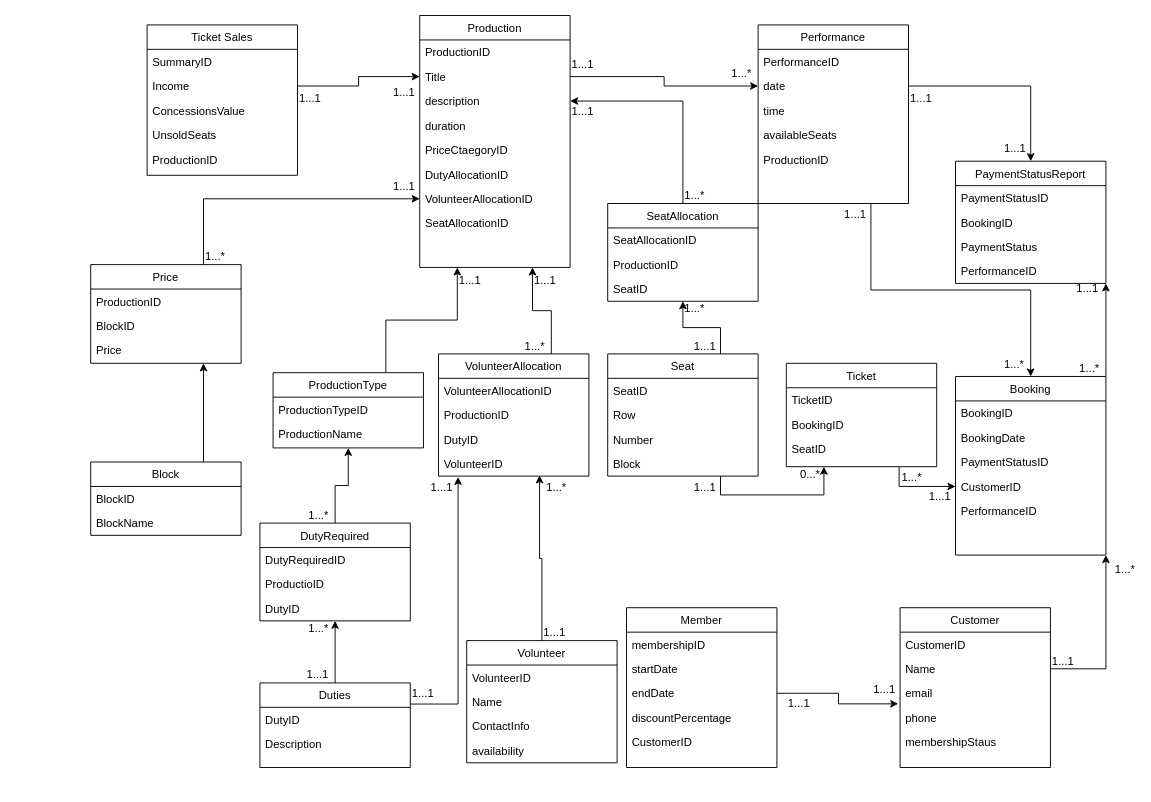
iamheetp/ecomstore keeps this draw.io diagram as Untitled Diagram.drawio. Above is the earlier version. Source tidied: cells renumbered, new cells numbered last; positions are measured from the earlier drawing's top-left corner, leaving out a move shared by most shapes. Both pictures are drawn from the tidied source at 94%, with x=0, y=0 at pixel (90, 15).
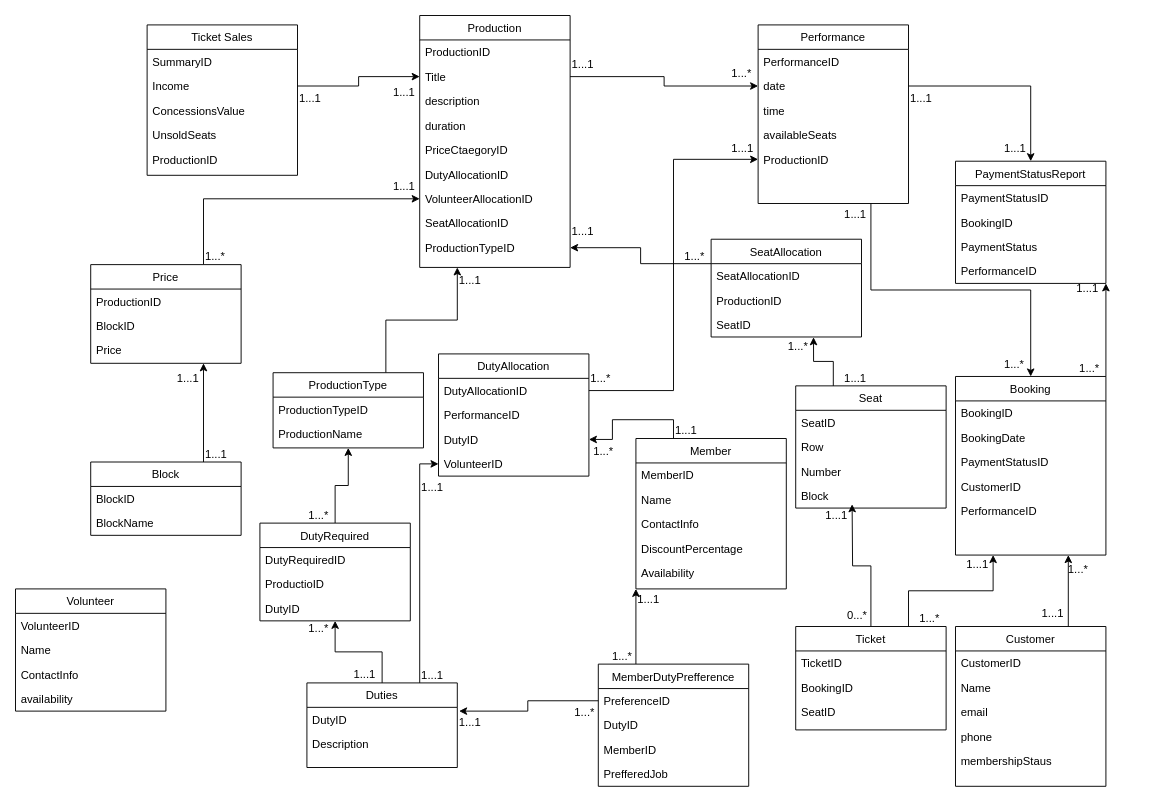
The same diagram, later.

Unchanged cells that the change refers to:
```xml
<mxCell id="15" value="Booking" style="swimlane;fontStyle=0;align=center;verticalAlign=top;horizontal=1;startSize=26;rounded=0;shadow=0;strokeWidth=1;" parent="1" vertex="1">
  <mxGeometry x="920" y="384" width="160" height="190" as="geometry" />
</mxCell>
<mxCell id="19" value="CustomerID" style="text;align=left;verticalAlign=top;spacingLeft=4;spacingRight=4;overflow=hidden;points=[[0,0.5],[1,0.5]];portConstraint=eastwest;" parent="15" vertex="1">
  <mxGeometry y="104" width="160" height="26" as="geometry" />
</mxCell>
<mxCell id="21" value="Production" style="swimlane;fontStyle=0;align=center;verticalAlign=top;horizontal=1;startSize=26;rounded=0;shadow=0;strokeWidth=1;" parent="1" vertex="1">
  <mxGeometry x="350" width="160" height="268" as="geometry" />
</mxCell>
<mxCell id="24" value="description" style="text;align=left;verticalAlign=top;spacingLeft=4;spacingRight=4;overflow=hidden;points=[[0,0.5],[1,0.5]];portConstraint=eastwest;rounded=0;shadow=0;html=0;" parent="21" vertex="1">
  <mxGeometry y="78" width="160" height="26" as="geometry" />
</mxCell>
<mxCell id="36" value="ProductionID" style="text;align=left;verticalAlign=top;spacingLeft=4;spacingRight=4;overflow=hidden;points=[[0,0.5],[1,0.5]];portConstraint=eastwest;rounded=0;shadow=0;html=0;" parent="31" vertex="1">
  <mxGeometry y="130" width="160" height="26" as="geometry" />
</mxCell>
<mxCell id="44" value="DutyID" style="text;align=left;verticalAlign=top;spacingLeft=4;spacingRight=4;overflow=hidden;points=[[0,0.5],[1,0.5]];portConstraint=eastwest;" parent="43" vertex="1">
  <mxGeometry y="26" width="160" height="26" as="geometry" />
</mxCell>
<mxCell id="58" value="DutyID" style="text;align=left;verticalAlign=top;spacingLeft=4;spacingRight=4;overflow=hidden;points=[[0,0.5],[1,0.5]];portConstraint=eastwest;rounded=0;shadow=0;html=0;" parent="55" vertex="1">
  <mxGeometry y="78" width="160" height="26" as="geometry" />
</mxCell>
<mxCell id="59" value="VolunteerID" style="text;align=left;verticalAlign=top;spacingLeft=4;spacingRight=4;overflow=hidden;points=[[0,0.5],[1,0.5]];portConstraint=eastwest;rounded=0;shadow=0;html=0;" parent="55" vertex="1">
  <mxGeometry y="104" width="160" height="26" as="geometry" />
</mxCell>
<mxCell id="73" value="Name" style="text;align=left;verticalAlign=top;spacingLeft=4;spacingRight=4;overflow=hidden;points=[[0,0.5],[1,0.5]];portConstraint=eastwest;rounded=0;shadow=0;html=0;" parent="71" vertex="1">
  <mxGeometry y="52" width="160" height="26" as="geometry" />
</mxCell>
<mxCell id="74" value="email" style="text;align=left;verticalAlign=top;spacingLeft=4;spacingRight=4;overflow=hidden;points=[[0,0.5],[1,0.5]];portConstraint=eastwest;rounded=0;shadow=0;html=0;" parent="71" vertex="1">
  <mxGeometry y="78" width="160" height="26" as="geometry" />
</mxCell>
<mxCell id="94" value="SeatID" style="text;align=left;verticalAlign=top;spacingLeft=4;spacingRight=4;overflow=hidden;points=[[0,0.5],[1,0.5]];portConstraint=eastwest;" parent="91" vertex="1">
  <mxGeometry y="78" width="160" height="26" as="geometry" />
</mxCell>
```

The edit, as a diff of the source:
```diff
@@
-    <mxCell id="2" style="edgeStyle=orthogonalEdgeStyle;rounded=0;jettySize=auto;html=1;exitX=0.75;exitY=0;exitDx=0;exitDy=0;entryX=0.5;entryY=1;entryDx=0;entryDy=0;" parent="1" edge="1" source="4" target="91">
-      <mxGeometry relative="1" as="geometry" />
-    </mxCell>
-    <mxCell id="3" style="edgeStyle=orthogonalEdgeStyle;rounded=0;jettySize=auto;html=1;exitX=0.75;exitY=1;exitDx=0;exitDy=0;entryX=0.25;entryY=1;entryDx=0;entryDy=0;" parent="1" edge="1" source="4" target="78">
-      <mxGeometry relative="1" as="geometry" />
-    </mxCell>
     <mxCell id="4" value="Seat" style="swimlane;fontStyle=0;align=center;verticalAlign=top;horizontal=1;startSize=26;rounded=0;shadow=0;strokeWidth=1;" parent="1" vertex="1">
-      <mxGeometry x="550" y="360" width="160" height="130" as="geometry" />
+      <mxGeometry x="750" y="394" width="160" height="130" as="geometry" />
     </mxCell>
@@
     <mxCell id="9" value="Volunteer" style="swimlane;fontStyle=0;align=center;verticalAlign=top;horizontal=1;startSize=26;rounded=0;shadow=0;strokeWidth=1;" parent="1" vertex="1">
-      <mxGeometry x="400" y="665" width="160" height="130" as="geometry" />
+      <mxGeometry x="-80" y="610" width="160" height="130" as="geometry" />
     </mxCell>
@@
+    <mxCell id="139" value="ProductionTypeID" style="text;align=left;verticalAlign=top;spacingLeft=4;spacingRight=4;overflow=hidden;points=[[0,0.5],[1,0.5]];portConstraint=eastwest;rounded=0;shadow=0;html=0;" parent="21" vertex="1">
+      <mxGeometry y="234" width="160" height="26" as="geometry" />
+    </mxCell>
@@
+    <mxCell id="133" style="edgeStyle=orthogonalEdgeStyle;rounded=0;jettySize=auto;html=1;exitX=0.75;exitY=0;exitDx=0;exitDy=0;" parent="1" edge="1" source="43" target="59">
+      <mxGeometry relative="1" as="geometry" />
+    </mxCell>
     <mxCell id="43" value="Duties" style="swimlane;fontStyle=0;align=center;verticalAlign=top;horizontal=1;startSize=26;rounded=0;shadow=0;strokeWidth=1;" parent="1" vertex="1">
-      <mxGeometry x="180" y="710" width="160" height="90" as="geometry" />
+      <mxGeometry x="230" y="710" width="160" height="90" as="geometry" />
     </mxCell>
@@
-    <mxCell id="54" style="edgeStyle=orthogonalEdgeStyle;rounded=0;jettySize=auto;html=1;exitX=0.75;exitY=0;exitDx=0;exitDy=0;entryX=0.75;entryY=1;entryDx=0;entryDy=0;" parent="1" edge="1" source="55" target="21">
-      <mxGeometry relative="1" as="geometry" />
-    </mxCell>
-    <mxCell id="55" value="VolunteerAllocation" style="swimlane;fontStyle=0;align=center;verticalAlign=top;horizontal=1;startSize=26;rounded=0;shadow=0;strokeWidth=1;" parent="1" vertex="1">
+    <mxCell id="55" value="DutyAllocation" style="swimlane;fontStyle=0;align=center;verticalAlign=top;horizontal=1;startSize=26;rounded=0;shadow=0;strokeWidth=1;" parent="1" vertex="1">
       <mxGeometry x="370" y="360" width="160" height="130" as="geometry" />
     </mxCell>
-    <mxCell id="56" value="VolunteerAllocationID" style="text;align=left;verticalAlign=top;spacingLeft=4;spacingRight=4;overflow=hidden;points=[[0,0.5],[1,0.5]];portConstraint=eastwest;" parent="55" vertex="1">
+    <mxCell id="56" value="DutyAllocationID" style="text;align=left;verticalAlign=top;spacingLeft=4;spacingRight=4;overflow=hidden;points=[[0,0.5],[1,0.5]];portConstraint=eastwest;" parent="55" vertex="1">
       <mxGeometry y="26" width="160" height="26" as="geometry" />
     </mxCell>
-    <mxCell id="57" value="ProductionID" style="text;align=left;verticalAlign=top;spacingLeft=4;spacingRight=4;overflow=hidden;rounded=0;shadow=0;html=0;" parent="55" vertex="1">
+    <mxCell id="57" value="PerformanceID" style="text;align=left;verticalAlign=top;spacingLeft=4;spacingRight=4;overflow=hidden;rounded=0;shadow=0;html=0;" parent="55" vertex="1">
       <mxGeometry y="52" width="160" height="26" as="geometry" />
     </mxCell>
@@
     <mxCell id="60" value="1...*" style="align=left;verticalAlign=bottom;labelBackgroundColor=none;fontSize=12;" parent="1" vertex="1">
-      <mxGeometry x="460" y="360" as="geometry" />
+      <mxGeometry x="530" y="394" as="geometry" />
     </mxCell>
     <mxCell id="61" value="1...1" style="align=left;verticalAlign=bottom;labelBackgroundColor=none;fontSize=12;" parent="1" vertex="1">
-      <mxGeometry x="470" y="290" as="geometry" />
+      <mxGeometry x="680" y="150" as="geometry" />
     </mxCell>
     <mxCell id="62" value="1...*" style="align=left;verticalAlign=bottom;labelBackgroundColor=none;fontSize=12;" parent="1" vertex="1">
-      <mxGeometry x="460" y="380" as="geometry">
+      <mxGeometry x="510" y="342" as="geometry">
         <mxPoint x="23" y="130" as="offset" />
       </mxGeometry>
     </mxCell>
     <mxCell id="63" value="1...1" style="align=left;verticalAlign=bottom;labelBackgroundColor=none;fontSize=12;" parent="1" vertex="1">
-      <mxGeometry x="480" y="665" as="geometry" />
+      <mxGeometry x="620" y="450" as="geometry" />
     </mxCell>
     <mxCell id="64" value="1...1" style="align=left;verticalAlign=bottom;labelBackgroundColor=none;fontSize=12;" parent="1" vertex="1">
-      <mxGeometry x="340" y="730" as="geometry" />
+      <mxGeometry x="350" y="710" as="geometry" />
     </mxCell>
+    <mxCell id="140" style="edgeStyle=orthogonalEdgeStyle;rounded=0;jettySize=auto;html=1;exitX=0.25;exitY=0;exitDx=0;exitDy=0;entryX=1;entryY=0.5;entryDx=0;entryDy=0;" parent="1" edge="1" source="65" target="58">
+      <mxGeometry relative="1" as="geometry" />
+    </mxCell>
     <mxCell id="65" value="Member" style="swimlane;fontStyle=0;align=center;verticalAlign=top;horizontal=1;startSize=26;rounded=0;shadow=0;strokeWidth=1;" parent="1" vertex="1">
-      <mxGeometry x="570" y="630" width="160" height="170" as="geometry" />
+      <mxGeometry x="580" y="450" width="160" height="160" as="geometry" />
     </mxCell>
-    <mxCell id="66" value="membershipID" style="text;align=left;verticalAlign=top;spacingLeft=4;spacingRight=4;overflow=hidden;" parent="65" vertex="1">
+    <mxCell id="66" value="MemberID" style="text;align=left;verticalAlign=top;spacingLeft=4;spacingRight=4;overflow=hidden;" parent="65" vertex="1">
       <mxGeometry y="26" width="160" height="26" as="geometry" />
     </mxCell>
-    <mxCell id="67" value="startDate" style="text;align=left;verticalAlign=top;spacingLeft=4;spacingRight=4;overflow=hidden;rounded=0;shadow=0;html=0;" parent="65" vertex="1">
+    <mxCell id="67" value="Name" style="text;align=left;verticalAlign=top;spacingLeft=4;spacingRight=4;overflow=hidden;rounded=0;shadow=0;html=0;" parent="65" vertex="1">
       <mxGeometry y="52" width="160" height="26" as="geometry" />
     </mxCell>
-    <mxCell id="68" value="endDate" style="text;align=left;verticalAlign=top;spacingLeft=4;spacingRight=4;overflow=hidden;points=[[0,0.5],[1,0.5]];portConstraint=eastwest;rounded=0;shadow=0;html=0;" parent="65" vertex="1">
+    <mxCell id="68" value="ContactInfo" style="text;align=left;verticalAlign=top;spacingLeft=4;spacingRight=4;overflow=hidden;points=[[0,0.5],[1,0.5]];portConstraint=eastwest;rounded=0;shadow=0;html=0;" parent="65" vertex="1">
       <mxGeometry y="78" width="160" height="26" as="geometry" />
     </mxCell>
-    <mxCell id="69" value="discountPercentage" style="text;align=left;verticalAlign=top;spacingLeft=4;spacingRight=4;overflow=hidden;rounded=0;shadow=0;html=0;" parent="65" vertex="1">
+    <mxCell id="69" value="DiscountPercentage" style="text;align=left;verticalAlign=top;spacingLeft=4;spacingRight=4;overflow=hidden;rounded=0;shadow=0;html=0;" parent="65" vertex="1">
       <mxGeometry y="104" width="160" height="26" as="geometry" />
     </mxCell>
-    <mxCell id="70" value="CustomerID" style="text;align=left;verticalAlign=top;spacingLeft=4;spacingRight=4;overflow=hidden;rounded=0;shadow=0;html=0;" parent="65" vertex="1">
-      <mxGeometry y="130" width="160" height="26" as="geometry" />
-    </mxCell>
+    <mxCell id="141" value="Availability" style="text;align=left;verticalAlign=top;spacingLeft=4;spacingRight=4;overflow=hidden;rounded=0;shadow=0;html=0;" parent="65" vertex="1">
+      <mxGeometry y="130" width="160" height="26" as="geometry" />
+    </mxCell>
+    <mxCell id="142" style="edgeStyle=orthogonalEdgeStyle;rounded=0;jettySize=auto;html=1;exitX=0.75;exitY=0;exitDx=0;exitDy=0;entryX=0.75;entryY=1;entryDx=0;entryDy=0;" parent="1" edge="1" source="71" target="15">
+      <mxGeometry relative="1" as="geometry" />
+    </mxCell>
     <mxCell id="71" value="Customer" style="swimlane;fontStyle=0;align=center;verticalAlign=top;horizontal=1;startSize=26;rounded=0;shadow=0;strokeWidth=1;" parent="1" vertex="1">
-      <mxGeometry x="861" y="630" width="160" height="170" as="geometry" />
+      <mxGeometry x="920" y="650" width="160" height="170" as="geometry" />
     </mxCell>
@@
-    <mxCell id="77" style="edgeStyle=orthogonalEdgeStyle;rounded=0;jettySize=auto;html=1;exitX=0.75;exitY=1;exitDx=0;exitDy=0;entryX=0;entryY=0.5;entryDx=0;entryDy=0;" parent="1" edge="1" source="78" target="19">
-      <mxGeometry relative="1" as="geometry" />
-    </mxCell>
+    <mxCell id="143" style="edgeStyle=orthogonalEdgeStyle;rounded=0;jettySize=auto;html=1;exitX=0.5;exitY=0;exitDx=0;exitDy=0;" parent="1" edge="1" source="78">
+      <mxGeometry relative="1" as="geometry">
+        <mxPoint x="810" y="520" as="targetPoint" />
+      </mxGeometry>
+    </mxCell>
+    <mxCell id="144" style="edgeStyle=orthogonalEdgeStyle;rounded=0;jettySize=auto;html=1;exitX=0.75;exitY=0;exitDx=0;exitDy=0;entryX=0.25;entryY=1;entryDx=0;entryDy=0;" parent="1" edge="1" source="78" target="15">
+      <mxGeometry relative="1" as="geometry" />
+    </mxCell>
     <mxCell id="78" value="Ticket" style="swimlane;fontStyle=0;align=center;verticalAlign=top;horizontal=1;startSize=26;rounded=0;shadow=0;strokeWidth=1;" parent="1" vertex="1">
-      <mxGeometry x="740" y="370" width="160" height="110" as="geometry" />
+      <mxGeometry x="750" y="650" width="160" height="110" as="geometry" />
     </mxCell>
@@
     <mxCell id="82" value="1...1" style="align=left;verticalAlign=bottom;labelBackgroundColor=none;fontSize=12;" parent="1" vertex="1">
-      <mxGeometry x="1021" y="695" as="geometry" />
+      <mxGeometry x="1010" y="644" as="geometry" />
     </mxCell>
     <mxCell id="83" value="1...*" style="align=left;verticalAlign=bottom;labelBackgroundColor=none;fontSize=12;" parent="1" vertex="1">
-      <mxGeometry x="630" y="200" as="geometry" />
+      <mxGeometry x="630" y="265" as="geometry" />
     </mxCell>
     <mxCell id="84" value="1...*" style="align=left;verticalAlign=bottom;labelBackgroundColor=none;fontSize=12;" parent="1" vertex="1">
-      <mxGeometry x="630" y="320" as="geometry" />
+      <mxGeometry x="740" y="360" as="geometry" />
     </mxCell>
@@
-    <mxCell id="90" style="edgeStyle=orthogonalEdgeStyle;rounded=0;jettySize=auto;html=1;exitX=0.5;exitY=0;exitDx=0;exitDy=0;entryX=1;entryY=0.5;entryDx=0;entryDy=0;" parent="1" edge="1" source="91" target="24">
-      <mxGeometry relative="1" as="geometry" />
-    </mxCell>
+    <mxCell id="145" style="edgeStyle=orthogonalEdgeStyle;rounded=0;jettySize=auto;html=1;exitX=0;exitY=0.25;exitDx=0;exitDy=0;entryX=1;entryY=0.5;entryDx=0;entryDy=0;" parent="1" edge="1" source="91" target="139">
+      <mxGeometry relative="1" as="geometry" />
+    </mxCell>
     <mxCell id="91" value="SeatAllocation" style="swimlane;fontStyle=0;align=center;verticalAlign=top;horizontal=1;startSize=26;rounded=0;shadow=0;strokeWidth=1;" parent="1" vertex="1">
-      <mxGeometry x="550" y="200" width="160" height="104" as="geometry" />
+      <mxGeometry x="660" y="238" width="160" height="104" as="geometry" />
     </mxCell>
@@
     <mxCell id="95" value="1...1" style="align=left;verticalAlign=bottom;labelBackgroundColor=none;fontSize=12;" parent="1" vertex="1">
-      <mxGeometry x="510" y="110" as="geometry" />
+      <mxGeometry x="510" y="238" as="geometry" />
     </mxCell>
     <mxCell id="96" value="1...1" style="align=left;verticalAlign=bottom;labelBackgroundColor=none;fontSize=12;" parent="1" vertex="1">
-      <mxGeometry x="640" y="360" as="geometry" />
+      <mxGeometry x="800" y="394" as="geometry" />
     </mxCell>
@@
-    <mxCell id="104" style="edgeStyle=orthogonalEdgeStyle;rounded=0;jettySize=auto;html=1;exitX=1;exitY=0.5;exitDx=0;exitDy=0;entryX=-0.012;entryY=0.934;entryDx=0;entryDy=0;entryPerimeter=0;" parent="1" edge="1" source="68" target="74">
-      <mxGeometry relative="1" as="geometry" />
-    </mxCell>
-    <mxCell id="105" value="1...1" style="align=left;verticalAlign=bottom;labelBackgroundColor=none;fontSize=12;" parent="1" vertex="1">
+    <mxCell id="105" style="align=left;verticalAlign=bottom;labelBackgroundColor=none;fontSize=12;" parent="1" vertex="1">
       <mxGeometry x="620" y="540" as="geometry">
         <mxPoint x="211" y="185" as="offset" />
       </mxGeometry>
     </mxCell>
-    <mxCell id="106" value="1...1" style="align=left;verticalAlign=bottom;labelBackgroundColor=none;fontSize=12;" parent="1" vertex="1">
-      <mxGeometry x="740" y="740" as="geometry" />
-    </mxCell>
@@
     <mxCell id="110" value="1...1" style="align=left;verticalAlign=bottom;labelBackgroundColor=none;fontSize=12;" parent="1" vertex="1">
-      <mxGeometry x="740" y="530" as="geometry">
+      <mxGeometry x="790" y="530" as="geometry">
         <mxPoint x="-512" y="179" as="offset" />
       </mxGeometry>
     </mxCell>
@@
-    <mxCell id="115" style="edgeStyle=orthogonalEdgeStyle;rounded=0;jettySize=auto;html=1;exitX=1;exitY=0.5;exitDx=0;exitDy=0;entryX=1;entryY=1;entryDx=0;entryDy=0;" parent="1" edge="1" source="73" target="15">
-      <mxGeometry relative="1" as="geometry" />
-    </mxCell>
     <mxCell id="116" value="1...*" style="align=left;verticalAlign=bottom;labelBackgroundColor=none;fontSize=12;" parent="1" vertex="1">
-      <mxGeometry x="1060" y="394" as="geometry">
+      <mxGeometry x="1010" y="394" as="geometry">
         <mxPoint x="28" y="204" as="offset" />
       </mxGeometry>
     </mxCell>
     <mxCell id="117" value="0...*" style="align=left;verticalAlign=bottom;labelBackgroundColor=none;fontSize=12;" parent="1" vertex="1">
-      <mxGeometry x="590" y="340" as="geometry">
+      <mxGeometry x="640" y="490" as="geometry">
         <mxPoint x="163" y="157" as="offset" />
       </mxGeometry>
     </mxCell>
     <mxCell id="118" value="1...1" style="align=left;verticalAlign=bottom;labelBackgroundColor=none;fontSize=12;" parent="1" vertex="1">
-      <mxGeometry x="640" y="510" as="geometry" />
+      <mxGeometry x="780" y="540" as="geometry" />
     </mxCell>
     <mxCell id="119" value="1...*" style="align=left;verticalAlign=bottom;labelBackgroundColor=none;fontSize=12;" parent="1" vertex="1">
-      <mxGeometry x="861" y="500" as="geometry" />
+      <mxGeometry x="880" y="650" as="geometry" />
     </mxCell>
     <mxCell id="120" value="1...1" style="align=left;verticalAlign=bottom;labelBackgroundColor=none;fontSize=12;" parent="1" vertex="1">
-      <mxGeometry x="890" y="520" as="geometry" />
+      <mxGeometry x="930" y="592" as="geometry" />
     </mxCell>
@@
     <mxCell id="130" value="1...1" style="align=left;verticalAlign=bottom;labelBackgroundColor=none;fontSize=12;" parent="1" vertex="1">
-      <mxGeometry x="360" y="510" width="160" as="geometry" />
+      <mxGeometry x="350" y="510" width="160" as="geometry" />
     </mxCell>
@@
-    <mxCell id="133" style="edgeStyle=orthogonalEdgeStyle;rounded=0;jettySize=auto;html=1;exitX=1;exitY=0.25;exitDx=0;exitDy=0;entryX=0.13;entryY=1.034;entryDx=0;entryDy=0;entryPerimeter=0;" parent="1" edge="1" source="43" target="59">
-      <mxGeometry relative="1" as="geometry" />
-    </mxCell>
-    <mxCell id="134" style="edgeStyle=orthogonalEdgeStyle;rounded=0;jettySize=auto;html=1;exitX=0.5;exitY=0;exitDx=0;exitDy=0;entryX=0.672;entryY=0.97;entryDx=0;entryDy=0;entryPerimeter=0;" parent="1" edge="1" source="9" target="59">
-      <mxGeometry relative="1" as="geometry" />
-    </mxCell>
@@
+    <mxCell id="146" value="1...1" style="align=left;verticalAlign=bottom;labelBackgroundColor=none;fontSize=12;rotation=0;" parent="1" vertex="1">
+      <mxGeometry x="90" y="394" as="geometry" />
+    </mxCell>
+    <mxCell id="147" value="1...1" style="align=left;verticalAlign=bottom;labelBackgroundColor=none;fontSize=12;rotation=0;" parent="1" vertex="1">
+      <mxGeometry x="120" y="475" as="geometry" />
+    </mxCell>
+    <mxCell id="148" style="edgeStyle=orthogonalEdgeStyle;rounded=0;jettySize=auto;html=1;exitX=0.25;exitY=0;exitDx=0;exitDy=0;entryX=0.681;entryY=1.011;entryDx=0;entryDy=0;entryPerimeter=0;" parent="1" edge="1" source="4" target="94">
+      <mxGeometry relative="1" as="geometry" />
+    </mxCell>
+    <mxCell id="149" style="edgeStyle=orthogonalEdgeStyle;rounded=0;jettySize=auto;html=1;exitX=1;exitY=0.5;exitDx=0;exitDy=0;entryX=0;entryY=0.5;entryDx=0;entryDy=0;" parent="1" edge="1" source="56" target="36">
+      <mxGeometry relative="1" as="geometry" />
+    </mxCell>
+    <mxCell id="150" style="edgeStyle=orthogonalEdgeStyle;rounded=0;jettySize=auto;html=1;exitX=0.25;exitY=0;exitDx=0;exitDy=0;entryX=0;entryY=1;entryDx=0;entryDy=0;" parent="1" edge="1" source="151" target="65">
+      <mxGeometry relative="1" as="geometry" />
+    </mxCell>
+    <mxCell id="151" value="MemberDutyPrefference" style="swimlane;fontStyle=0;align=center;verticalAlign=top;horizontal=1;startSize=26;rounded=0;shadow=0;strokeWidth=1;" parent="1" vertex="1">
+      <mxGeometry x="540" y="690" width="160" height="130" as="geometry" />
+    </mxCell>
+    <mxCell id="152" value="PreferenceID" style="text;align=left;verticalAlign=top;spacingLeft=4;spacingRight=4;overflow=hidden;points=[[0,0.5],[1,0.5]];portConstraint=eastwest;" parent="151" vertex="1">
+      <mxGeometry y="26" width="160" height="26" as="geometry" />
+    </mxCell>
+    <mxCell id="153" value="DutyID" style="text;align=left;verticalAlign=top;spacingLeft=4;spacingRight=4;overflow=hidden;rounded=0;shadow=0;html=0;" parent="151" vertex="1">
+      <mxGeometry y="52" width="160" height="26" as="geometry" />
+    </mxCell>
+    <mxCell id="154" value="MemberID" style="text;align=left;verticalAlign=top;spacingLeft=4;spacingRight=4;overflow=hidden;rounded=0;shadow=0;html=0;" parent="151" vertex="1">
+      <mxGeometry y="78" width="160" height="26" as="geometry" />
+    </mxCell>
+    <mxCell id="155" value="PrefferedJob" style="text;align=left;verticalAlign=top;spacingLeft=4;spacingRight=4;overflow=hidden;rounded=0;shadow=0;html=0;" parent="151" vertex="1">
+      <mxGeometry y="104" width="160" height="26" as="geometry" />
+    </mxCell>
+    <mxCell id="156" style="edgeStyle=orthogonalEdgeStyle;rounded=0;jettySize=auto;html=1;exitX=0;exitY=0.5;exitDx=0;exitDy=0;entryX=1.012;entryY=0.154;entryDx=0;entryDy=0;entryPerimeter=0;" parent="1" edge="1" source="152" target="44">
+      <mxGeometry relative="1" as="geometry" />
+    </mxCell>
+    <mxCell id="157" value="1...1" style="align=left;verticalAlign=bottom;labelBackgroundColor=none;fontSize=12;" parent="1" vertex="1">
+      <mxGeometry x="580" y="630" width="160" as="geometry" />
+    </mxCell>
+    <mxCell id="158" value="1...*" style="align=left;verticalAlign=bottom;labelBackgroundColor=none;fontSize=12;" parent="1" vertex="1">
+      <mxGeometry x="530" y="560" as="geometry">
+        <mxPoint x="23" y="130" as="offset" />
+      </mxGeometry>
+    </mxCell>
+    <mxCell id="159" value="1...1" style="align=left;verticalAlign=bottom;labelBackgroundColor=none;fontSize=12;" parent="1" vertex="1">
+      <mxGeometry x="390" y="760" width="160" as="geometry" />
+    </mxCell>
+    <mxCell id="160" value="1...*" style="align=left;verticalAlign=bottom;labelBackgroundColor=none;fontSize=12;" parent="1" vertex="1">
+      <mxGeometry x="490" y="620" as="geometry">
+        <mxPoint x="23" y="130" as="offset" />
+      </mxGeometry>
+    </mxCell>
```
